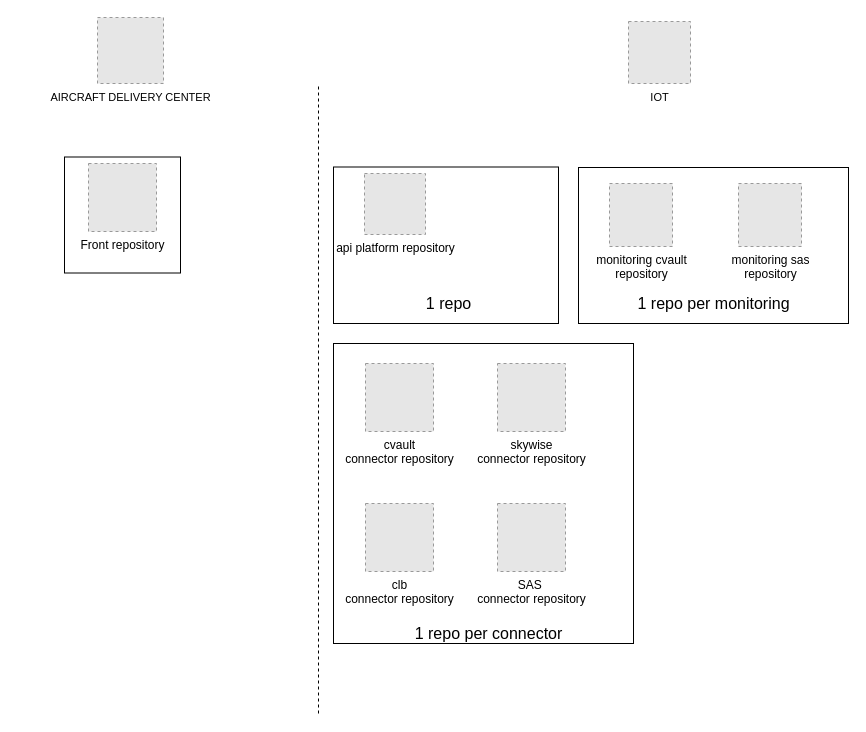
Before: GithubRepo.drawio in claytonbrown/aws-drawing, a draw.io diagram. Source tidied: cells renumbered, new cells numbered last; positions are measured from the earlier drawing's top-left corner, leaving out a move shared by most shapes. Both pictures are drawn from the tidied source at 100%, with x=0, y=0 at pixel (64, 17). Pictures stored in the file or linked from it are replaced by grey dashed boxes.
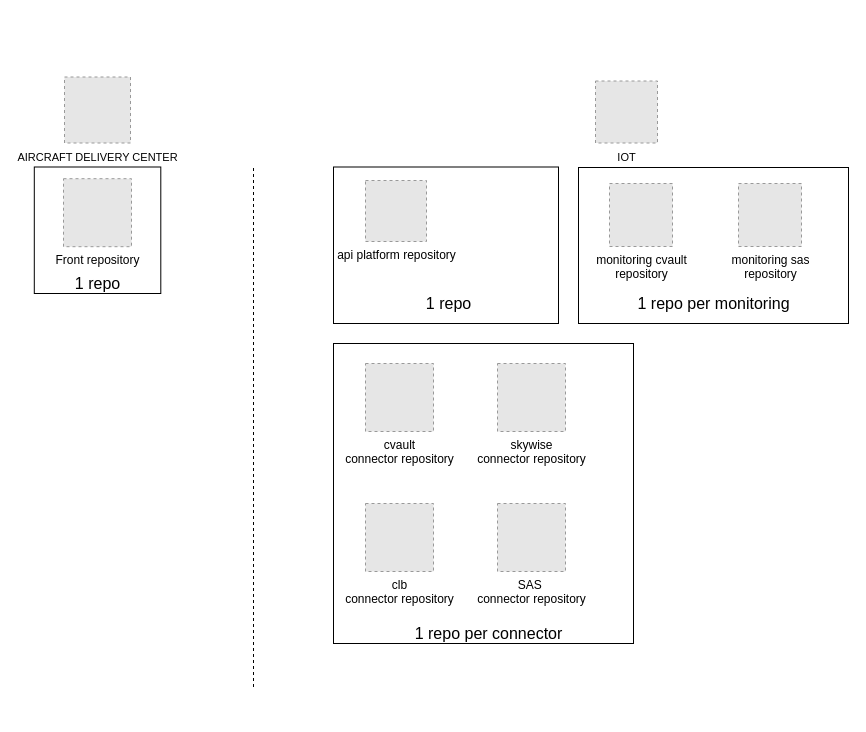
Above is the later version.

Change to the diagram source:
```diff
@@
     <mxCell id="2" style="whiteSpace=wrap;html=1;strokeColor=#000000;strokeWidth=1;fontColor=#3333FF;" parent="1" vertex="1">
-      <mxGeometry y="139.5" width="116" height="116" as="geometry" />
+      <mxGeometry x="-30.2" y="149.5" width="126.5" height="126.5" as="geometry" />
     </mxCell>
@@
     <mxCell id="6" value="Front repository" style="fillColor=#E6E6E6;strokeColor=#999999;dashed=1;html=1;verticalAlign=top;verticalLabelPosition=bottom;labelBackgroundColor=#ffffff;" parent="1" vertex="1">
-      <mxGeometry x="24" y="146" width="68" height="68" as="geometry" />
+      <mxGeometry x="-1" y="161.2" width="68" height="68" as="geometry" />
     </mxCell>
     <mxCell id="7" value="&lt;font color=&quot;#000000&quot;&gt;&lt;span style=&quot;font-size: 11px&quot;&gt;AIRCRAFT DELIVERY CENTER&lt;/span&gt;&lt;/font&gt;" style="fillColor=#E6E6E6;strokeColor=#999999;dashed=1;html=1;verticalAlign=top;verticalLabelPosition=bottom;labelBackgroundColor=#ffffff;fontColor=#3333FF;" parent="1" vertex="1">
-      <mxGeometry x="33" width="66" height="66" as="geometry" />
+      <mxGeometry y="59.5" width="66" height="66" as="geometry" />
     </mxCell>
     <mxCell id="8" style="endArrow=none;dashed=1;html=1;fontColor=#3333FF;" parent="1" edge="1">
       <mxGeometry relative="1" as="geometry">
-        <mxPoint x="254" y="696" as="sourcePoint" />
-        <mxPoint x="254" y="66" as="targetPoint" />
+        <mxPoint x="189" y="669.5" as="sourcePoint" />
+        <mxPoint x="189" y="149.5" as="targetPoint" />
       </mxGeometry>
     </mxCell>
     <mxCell id="9" value="&lt;font style=&quot;font-size: 11px&quot; color=&quot;#000000&quot;&gt;IOT&lt;br&gt;&lt;/font&gt;" style="fillColor=#E6E6E6;strokeColor=#999999;dashed=1;html=1;verticalAlign=top;verticalLabelPosition=bottom;labelBackgroundColor=#ffffff;fontColor=#3333FF;" parent="1" vertex="1">
-      <mxGeometry x="564" y="4" width="62" height="62" as="geometry" />
+      <mxGeometry x="531" y="63.5" width="62" height="62" as="geometry" />
     </mxCell>
     <mxCell id="10" value="api platform repository" style="fillColor=#E6E6E6;strokeColor=#999999;dashed=1;html=1;verticalAlign=top;verticalLabelPosition=bottom;labelBackgroundColor=#ffffff;" parent="1" vertex="1">
-      <mxGeometry x="300" y="156" width="61" height="61" as="geometry" />
+      <mxGeometry x="301" y="163" width="61" height="61" as="geometry" />
     </mxCell>
@@
+    <mxCell id="20" value="&lt;font style=&quot;font-size: 16px&quot; color=&quot;#000000&quot;&gt;1 repo&lt;/font&gt;" style="text;html=1;align=center;verticalAlign=middle;fontColor=#3333FF;" parent="1" vertex="1">
+      <mxGeometry x="3" y="256" width="60" height="20" as="geometry" />
+    </mxCell>
```
